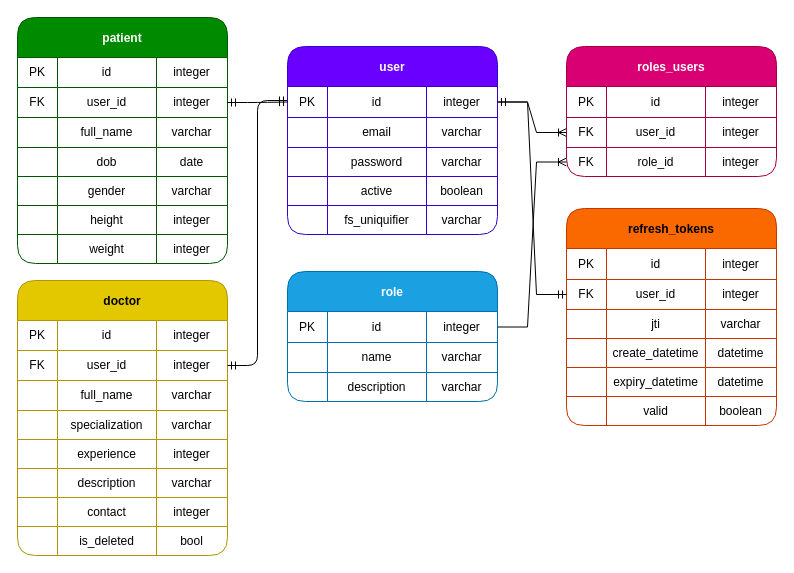
Developer-PritamSaha/hospital-management-app keeps this draw.io diagram as page "Login_schema" (1 of 3) of docs/ER-diagram_HMS.drawio. Above is the earlier version. Source tidied: cells renumbered, new cells numbered last; positions are measured from the earlier drawing's top-left corner, leaving out a move shared by most shapes. Both pictures are drawn from the tidied source at 100%, with x=0, y=0 at pixel (17, 17).
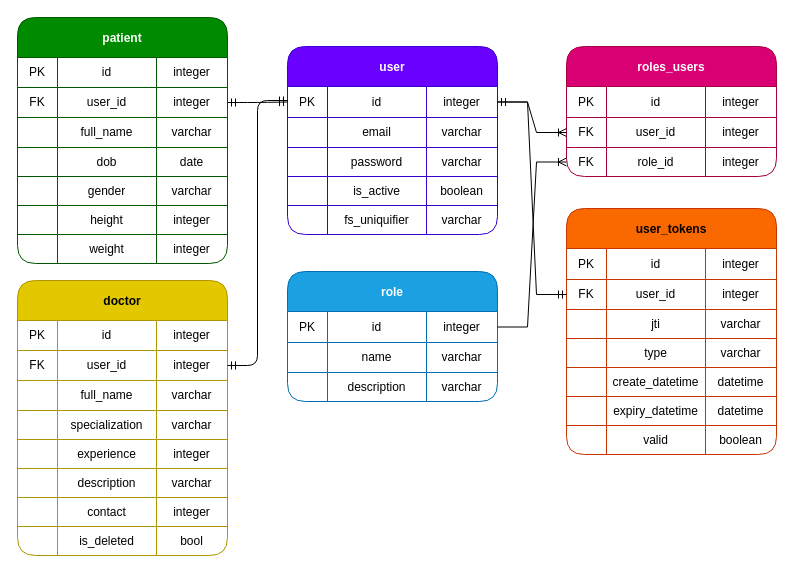
The same page after the edit.

Unchanged cells that the change refers to:
```xml
<mxCell id="15" style="shape=tableRow;horizontal=0;startSize=0;swimlaneHead=0;swimlaneBody=0;top=0;left=0;bottom=0;right=0;fillColor=none;rounded=1;" parent="2" vertex="1">
  <mxGeometry y="130" width="210" height="29" as="geometry" />
</mxCell>
```

What changed in the source:
```diff
@@
-    <mxCell id="17" value="active" style="shape=partialRectangle;html=1;whiteSpace=wrap;fillColor=none;top=0;left=0;bottom=0;right=0;overflow=hidden;rounded=1;" parent="15" vertex="1">
+    <mxCell id="17" value="is_active" style="shape=partialRectangle;html=1;whiteSpace=wrap;fillColor=none;top=0;left=0;bottom=0;right=0;overflow=hidden;rounded=1;" parent="15" vertex="1">
       <mxGeometry x="40" width="99" height="29" as="geometry" />
     </mxCell>
@@
-    <mxCell id="81" value="refresh_tokens" style="shape=table;startSize=40;childLayout=tableLayout;fontStyle=1;align=center;fillColor=#fa6800;fontColor=#000000;strokeColor=#C73500;rounded=1;" parent="1" vertex="1">
-      <mxGeometry x="549" y="191" width="210" height="217" as="geometry" />
+    <mxCell id="81" value="user_tokens" style="shape=table;startSize=40;childLayout=tableLayout;fontStyle=1;align=center;fillColor=#fa6800;fontColor=#000000;strokeColor=#C73500;rounded=1;" parent="1" vertex="1">
+      <mxGeometry x="549" y="191" width="210" height="246" as="geometry" />
     </mxCell>
@@
+    <mxCell id="141" style="shape=tableRow;horizontal=0;startSize=0;swimlaneHead=0;swimlaneBody=0;top=0;left=0;bottom=0;right=0;fillColor=none;rounded=1;" parent="81" vertex="1">
+      <mxGeometry y="130" width="210" height="29" as="geometry" />
+    </mxCell>
+    <mxCell id="142" style="shape=partialRectangle;html=1;whiteSpace=wrap;fillColor=none;top=0;left=0;bottom=0;right=0;overflow=hidden;rounded=1;" parent="141" vertex="1">
+      <mxGeometry width="40" height="29" as="geometry" />
+    </mxCell>
+    <mxCell id="143" value="type" style="shape=partialRectangle;html=1;whiteSpace=wrap;fillColor=none;top=0;left=0;bottom=0;right=0;overflow=hidden;rounded=1;" parent="141" vertex="1">
+      <mxGeometry x="40" width="99" height="29" as="geometry" />
+    </mxCell>
+    <mxCell id="144" value="varchar" style="shape=partialRectangle;html=1;whiteSpace=wrap;fillColor=none;top=0;left=0;bottom=0;right=0;overflow=hidden;rounded=1;" parent="141" vertex="1">
+      <mxGeometry x="139" width="71" height="29" as="geometry" />
+    </mxCell>
     <mxCell id="94" style="shape=tableRow;horizontal=0;startSize=0;swimlaneHead=0;swimlaneBody=0;top=0;left=0;bottom=0;right=0;fillColor=none;rounded=1;" parent="81" vertex="1">
-      <mxGeometry y="130" width="210" height="29" as="geometry" />
+      <mxGeometry y="159" width="210" height="29" as="geometry" />
     </mxCell>
@@
     <mxCell id="98" style="shape=tableRow;horizontal=0;startSize=0;swimlaneHead=0;swimlaneBody=0;top=0;left=0;bottom=0;right=0;fillColor=none;rounded=1;" parent="81" vertex="1">
-      <mxGeometry y="159" width="210" height="29" as="geometry" />
+      <mxGeometry y="188" width="210" height="29" as="geometry" />
     </mxCell>
@@
     <mxCell id="102" style="shape=tableRow;horizontal=0;startSize=0;swimlaneHead=0;swimlaneBody=0;top=0;left=0;bottom=0;right=0;fillColor=none;rounded=1;" parent="81" vertex="1">
-      <mxGeometry y="188" width="210" height="29" as="geometry" />
+      <mxGeometry y="217" width="210" height="29" as="geometry" />
     </mxCell>
```
